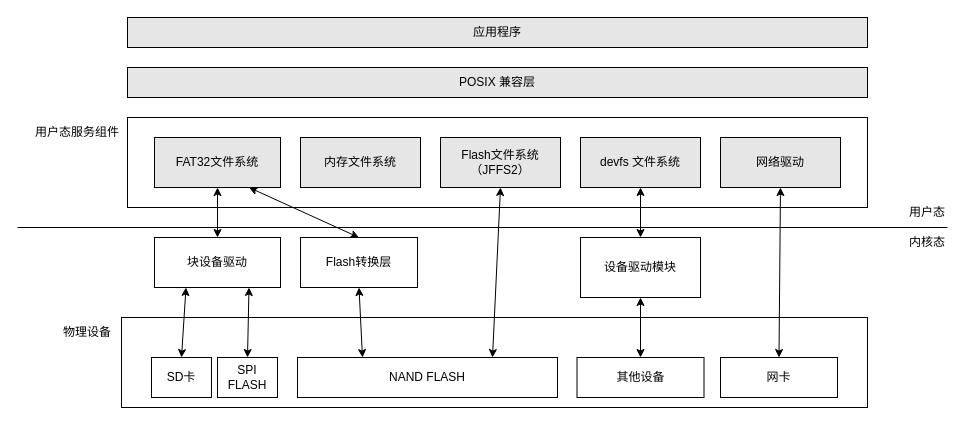
Earlier version of the draw.io diagram vfs/rt_thread_vfs.drawio (ReimuYk/drawio_master_graduate_paper). Source tidied: cells renumbered, new cells numbered last; positions are measured from the earlier drawing's top-left corner, leaving out a move shared by most shapes. Both pictures are drawn from the tidied source at 100%, with x=0, y=0 at pixel (17, 17).
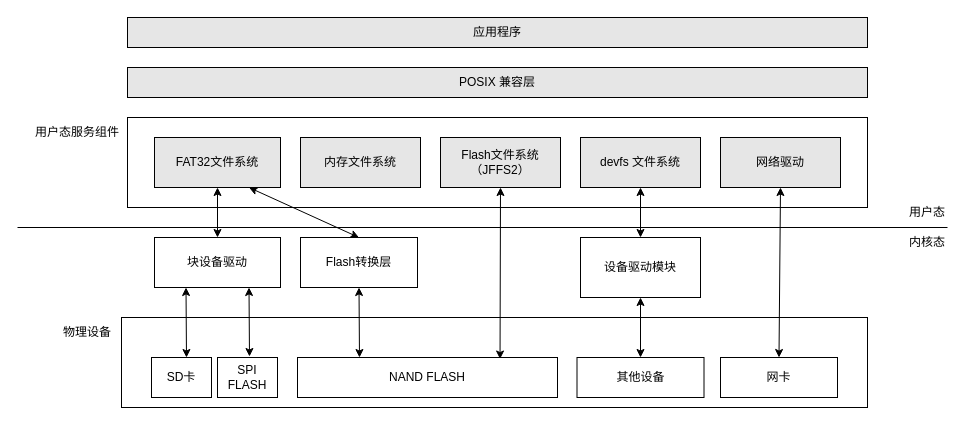
The same diagram, later.

Unchanged cells that the change refers to:
```xml
<mxCell id="11" value="Flash文件系统（JFFS2）" style="rounded=0;whiteSpace=wrap;html=1;fillColor=#E6E6E6;" parent="1" vertex="1">
  <mxGeometry x="423" y="120" width="120" height="50" as="geometry" />
</mxCell>
<mxCell id="18" value="块设备驱动" style="rounded=0;whiteSpace=wrap;html=1;" parent="1" vertex="1">
  <mxGeometry x="137" y="220" width="126" height="50" as="geometry" />
</mxCell>
<mxCell id="20" value="SD卡" style="rounded=0;whiteSpace=wrap;html=1;" parent="1" vertex="1">
  <mxGeometry x="134" y="340" width="60" height="40" as="geometry" />
</mxCell>
<mxCell id="21" value="SPI FLASH" style="rounded=0;whiteSpace=wrap;html=1;" parent="1" vertex="1">
  <mxGeometry x="200" y="340" width="60" height="40" as="geometry" />
</mxCell>
<mxCell id="23" value="NAND FLASH" style="rounded=0;whiteSpace=wrap;html=1;" parent="1" vertex="1">
  <mxGeometry x="280" y="340" width="260" height="40" as="geometry" />
</mxCell>
<mxCell id="26" value="Flash转换层" style="rounded=0;whiteSpace=wrap;html=1;" parent="1" vertex="1">
  <mxGeometry x="283" y="220" width="117" height="50" as="geometry" />
</mxCell>
```

Change to the diagram source:
```diff
@@
-    <mxCell id="10" style="edgeStyle=none;rounded=0;jettySize=auto;html=1;exitX=0.5;exitY=1;exitDx=0;exitDy=0;entryX=0.75;entryY=0;entryDx=0;entryDy=0;startArrow=classic;startFill=1;" parent="1" edge="1" source="11" target="23">
+    <mxCell id="10" style="edgeStyle=none;rounded=0;jettySize=auto;html=1;exitX=0.5;exitY=1;exitDx=0;exitDy=0;entryX=0.779;entryY=0.038;entryDx=0;entryDy=0;startArrow=classic;startFill=1;entryPerimeter=0;" parent="1" edge="1" source="11" target="23">
       <mxGeometry relative="1" as="geometry" />
     </mxCell>
@@
-    <mxCell id="16" style="edgeStyle=none;rounded=0;jettySize=auto;html=1;exitX=0.25;exitY=1;exitDx=0;exitDy=0;entryX=0.5;entryY=0;entryDx=0;entryDy=0;startArrow=classic;startFill=1;" parent="1" edge="1" source="18" target="20">
-      <mxGeometry relative="1" as="geometry" />
+    <mxCell id="16" style="edgeStyle=none;rounded=0;jettySize=auto;html=1;exitX=0.25;exitY=1;exitDx=0;exitDy=0;startArrow=classic;startFill=1;" parent="1" edge="1" source="18">
+      <mxGeometry relative="1" as="geometry">
+        <mxPoint x="169" y="340" as="targetPoint" />
+      </mxGeometry>
     </mxCell>
-    <mxCell id="17" style="edgeStyle=none;rounded=0;jettySize=auto;html=1;exitX=0.75;exitY=1;exitDx=0;exitDy=0;entryX=0.5;entryY=0;entryDx=0;entryDy=0;startArrow=classic;startFill=1;" parent="1" edge="1" source="18" target="21">
-      <mxGeometry relative="1" as="geometry" />
+    <mxCell id="17" style="edgeStyle=none;rounded=0;jettySize=auto;html=1;exitX=0.75;exitY=1;exitDx=0;exitDy=0;startArrow=classic;startFill=1;" parent="1" edge="1" source="18">
+      <mxGeometry relative="1" as="geometry">
+        <mxPoint x="232" y="339" as="targetPoint" />
+      </mxGeometry>
     </mxCell>
@@
-    <mxCell id="25" style="edgeStyle=none;rounded=0;jettySize=auto;html=1;exitX=0.5;exitY=1;exitDx=0;exitDy=0;entryX=0.25;entryY=0;entryDx=0;entryDy=0;startArrow=classic;startFill=1;" parent="1" edge="1" source="26" target="23">
-      <mxGeometry relative="1" as="geometry" />
+    <mxCell id="25" style="edgeStyle=none;rounded=0;jettySize=auto;html=1;exitX=0.5;exitY=1;exitDx=0;exitDy=0;startArrow=classic;startFill=1;" parent="1" edge="1" source="26">
+      <mxGeometry relative="1" as="geometry">
+        <mxPoint x="342" y="340" as="targetPoint" />
+      </mxGeometry>
     </mxCell>
```
